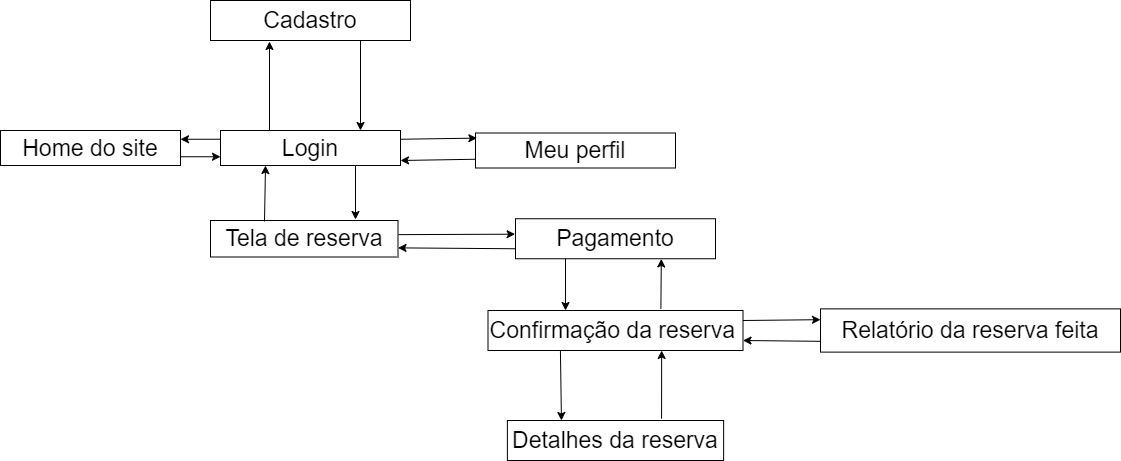
Earlier version of the draw.io export Modelo Navegacional.png (pedrocmr/Projeto_Host4U). Source tidied: cells renumbered, new cells last; positions are measured from the earlier drawing's top-left corner, leaving out a move shared by most shapes.
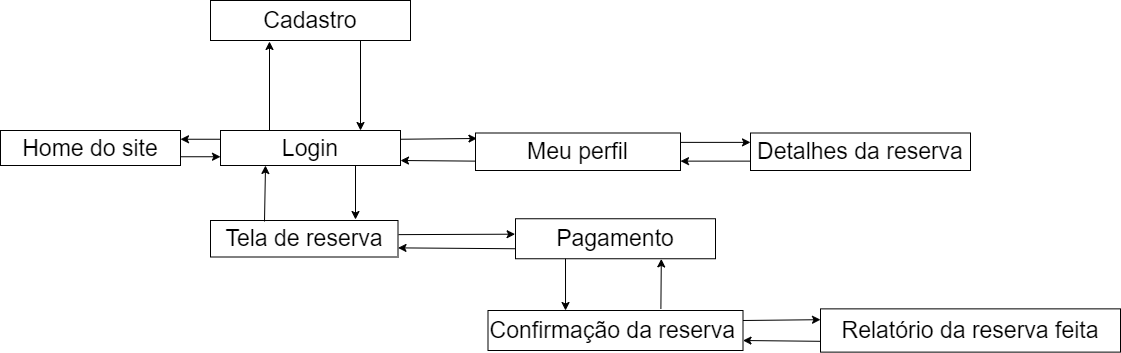
The same file after the commit.

What changed in the source:
```diff
@@ -6,7 +6,7 @@
       <mxGeometry y="130" width="180" height="35" as="geometry" />
     </mxCell>
     <mxCell id="3" value="&lt;font style=&quot;font-size: 23px&quot;&gt;Meu perfil&lt;/font&gt;" style="rounded=0;whiteSpace=wrap;html=1;" parent="1" vertex="1">
-      <mxGeometry x="475" y="132.5" width="200" height="35" as="geometry" />
+      <mxGeometry x="475" y="132.5" width="205" height="37.5" as="geometry" />
     </mxCell>
     <mxCell id="4" value="&lt;font style=&quot;font-size: 23px&quot;&gt;Cadastro&lt;/font&gt;" style="rounded=0;whiteSpace=wrap;html=1;" parent="1" vertex="1">
       <mxGeometry x="210" width="200" height="40" as="geometry" />
@@ -55,7 +55,7 @@
       <mxGeometry relative="1" as="geometry" />
     </mxCell>
     <mxCell id="17" value="&lt;font style=&quot;font-size: 23px&quot;&gt;Detalhes da reserva&lt;/font&gt;" style="rounded=0;whiteSpace=wrap;html=1;" parent="1" vertex="1">
-      <mxGeometry x="506.9" y="420" width="216.2" height="40" as="geometry" />
+      <mxGeometry x="750" y="132.5" width="220" height="37.5" as="geometry" />
     </mxCell>
     <mxCell id="18" value="&lt;font style=&quot;font-size: 23px&quot;&gt;Confirmação da reserva&amp;nbsp;&lt;/font&gt;" style="rounded=0;whiteSpace=wrap;html=1;" parent="1" vertex="1">
       <mxGeometry x="487.5" y="310" width="255" height="40" as="geometry" />
@@ -66,12 +66,6 @@
     <mxCell id="20" style="endArrow=classic;html=1;exitX=0;exitY=0.75;exitDx=0;exitDy=0;entryX=1;entryY=0.75;entryDx=0;entryDy=0;" parent="1" edge="1" source="10" target="18">
       <mxGeometry relative="1" as="geometry" />
     </mxCell>
-    <mxCell id="21" style="endArrow=classic;html=1;exitX=0.713;exitY=-0.045;exitDx=0;exitDy=0;exitPerimeter=0;entryX=0.681;entryY=1;entryDx=0;entryDy=0;entryPerimeter=0;" parent="1" edge="1" source="17" target="18">
-      <mxGeometry relative="1" as="geometry" />
-    </mxCell>
-    <mxCell id="22" style="endArrow=classic;html=1;exitX=0.284;exitY=1;exitDx=0;exitDy=0;exitPerimeter=0;entryX=0.25;entryY=0;entryDx=0;entryDy=0;" parent="1" edge="1" source="18" target="17">
-      <mxGeometry relative="1" as="geometry" />
-    </mxCell>
     <mxCell id="23" style="endArrow=classic;html=1;exitX=0.25;exitY=1;exitDx=0;exitDy=0;entryX=0.304;entryY=0;entryDx=0;entryDy=0;entryPerimeter=0;" parent="1" edge="1" source="7" target="18">
       <mxGeometry relative="1" as="geometry" />
     </mxCell>
@@ -86,5 +80,11 @@
     <mxCell id="26" style="endArrow=classic;html=1;exitX=0.288;exitY=0.027;exitDx=0;exitDy=0;exitPerimeter=0;entryX=0.25;entryY=1;entryDx=0;entryDy=0;" parent="1" edge="1" source="6" target="5">
       <mxGeometry relative="1" as="geometry" />
     </mxCell>
+    <mxCell id="27" style="endArrow=classic;html=1;exitX=1;exitY=0.25;exitDx=0;exitDy=0;entryX=0;entryY=0.25;entryDx=0;entryDy=0;" parent="1" edge="1" source="3" target="17">
+      <mxGeometry relative="1" as="geometry" />
+    </mxCell>
+    <mxCell id="28" style="endArrow=classic;html=1;strokeColor=#000000;exitX=0;exitY=0.75;exitDx=0;exitDy=0;entryX=1;entryY=0.75;entryDx=0;entryDy=0;" parent="1" edge="1" source="17" target="3">
+      <mxGeometry relative="1" as="geometry" />
+    </mxCell>
   </root>
 </mxGraphModel>
```
